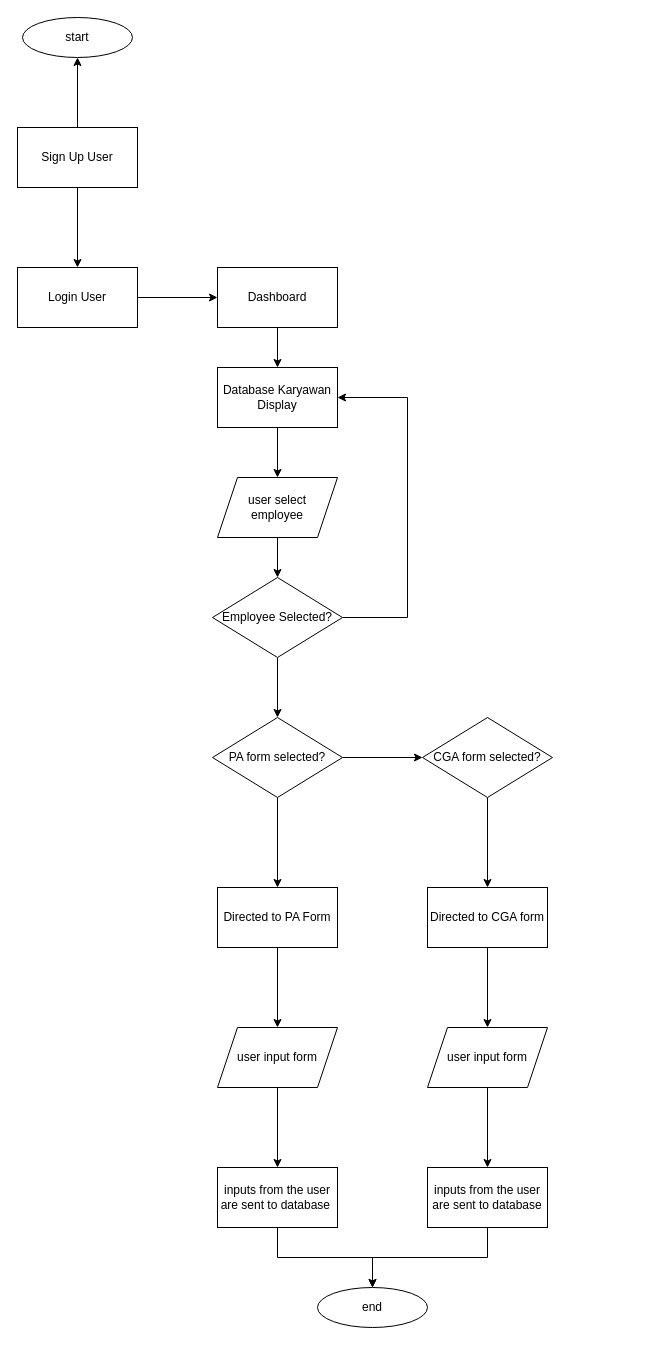
jezreelkosasih/diagram keeps this draw.io diagram as sistem-diagram.drawio. Above is the earlier version. Source tidied: cells renumbered, new cells numbered last; positions are measured from the earlier drawing's top-left corner, leaving out a move shared by most shapes. Both pictures are drawn from the tidied source at 100%, with x=0, y=0 at pixel (17, 17).
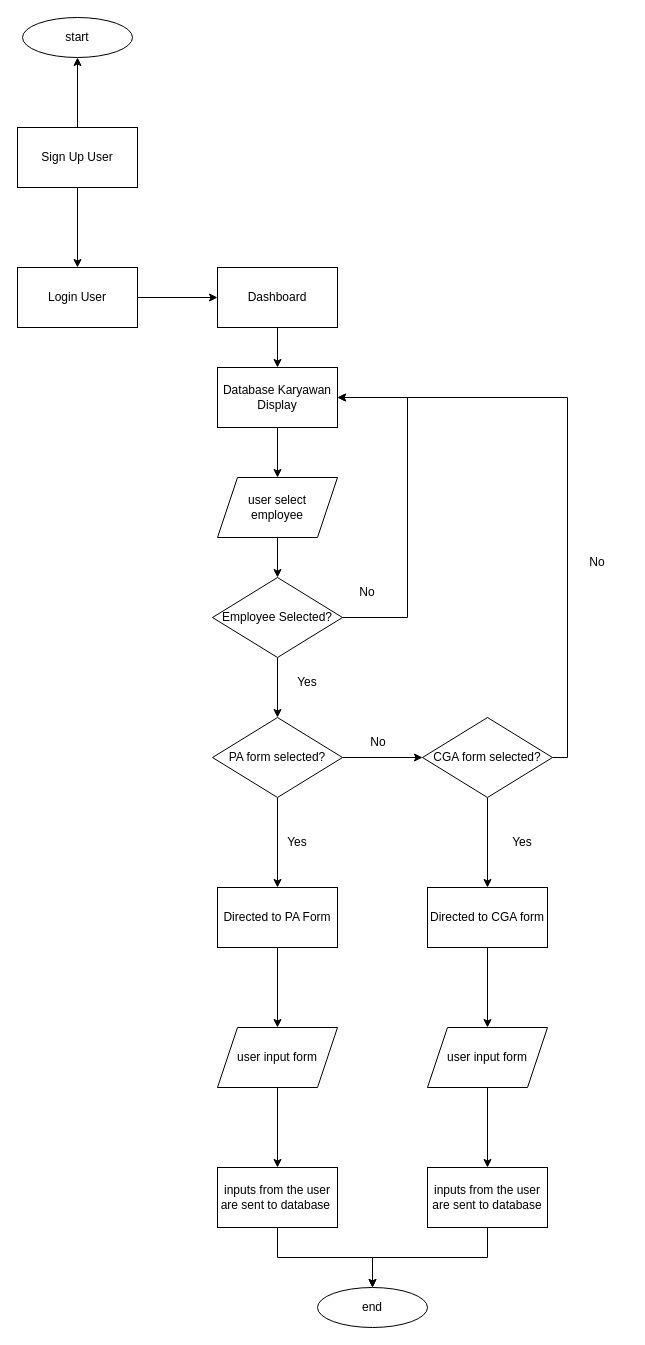
Above is the later version.

Unchanged cells that the change refers to:
```xml
<mxCell id="10" value="Database Karyawan Display" style="rounded=0;whiteSpace=wrap;html=1;" parent="1" vertex="1">
  <mxGeometry x="200" y="350" width="120" height="60" as="geometry" />
</mxCell>
<mxCell id="18" value="CGA form selected?" style="rhombus;whiteSpace=wrap;html=1;rounded=0;" parent="1" vertex="1">
  <mxGeometry x="405" y="700" width="130" height="80" as="geometry" />
</mxCell>
```

Diff of the diagram source:
```diff
@@
+    <mxCell id="35" style="edgeStyle=orthogonalEdgeStyle;rounded=0;jettySize=auto;html=1;entryX=1;entryY=0.5;entryDx=0;entryDy=0;" parent="1" edge="1" source="18" target="10">
+      <mxGeometry relative="1" as="geometry">
+        <Array as="points">
+          <mxPoint x="550" y="740" />
+          <mxPoint x="550" y="380" />
+        </Array>
+      </mxGeometry>
+    </mxCell>
@@
+    <mxCell id="36" value="No" style="text;html=1;strokeColor=none;fillColor=none;align=center;verticalAlign=middle;whiteSpace=wrap;rounded=0;" parent="1" vertex="1">
+      <mxGeometry x="320" y="560" width="60" height="30" as="geometry" />
+    </mxCell>
+    <mxCell id="37" value="Yes" style="text;html=1;strokeColor=none;fillColor=none;align=center;verticalAlign=middle;whiteSpace=wrap;rounded=0;" parent="1" vertex="1">
+      <mxGeometry x="260" y="650" width="60" height="30" as="geometry" />
+    </mxCell>
+    <mxCell id="38" value="Yes" style="text;html=1;strokeColor=none;fillColor=none;align=center;verticalAlign=middle;whiteSpace=wrap;rounded=0;" parent="1" vertex="1">
+      <mxGeometry x="250" y="810" width="60" height="30" as="geometry" />
+    </mxCell>
+    <mxCell id="39" value="No" style="text;html=1;strokeColor=none;fillColor=none;align=center;verticalAlign=middle;whiteSpace=wrap;rounded=0;" parent="1" vertex="1">
+      <mxGeometry x="331" y="710" width="60" height="30" as="geometry" />
+    </mxCell>
+    <mxCell id="40" value="Yes" style="text;html=1;strokeColor=none;fillColor=none;align=center;verticalAlign=middle;whiteSpace=wrap;rounded=0;" parent="1" vertex="1">
+      <mxGeometry x="475" y="810" width="60" height="30" as="geometry" />
+    </mxCell>
+    <mxCell id="41" value="No" style="text;html=1;strokeColor=none;fillColor=none;align=center;verticalAlign=middle;whiteSpace=wrap;rounded=0;" parent="1" vertex="1">
+      <mxGeometry x="550" y="530" width="60" height="30" as="geometry" />
+    </mxCell>
```
